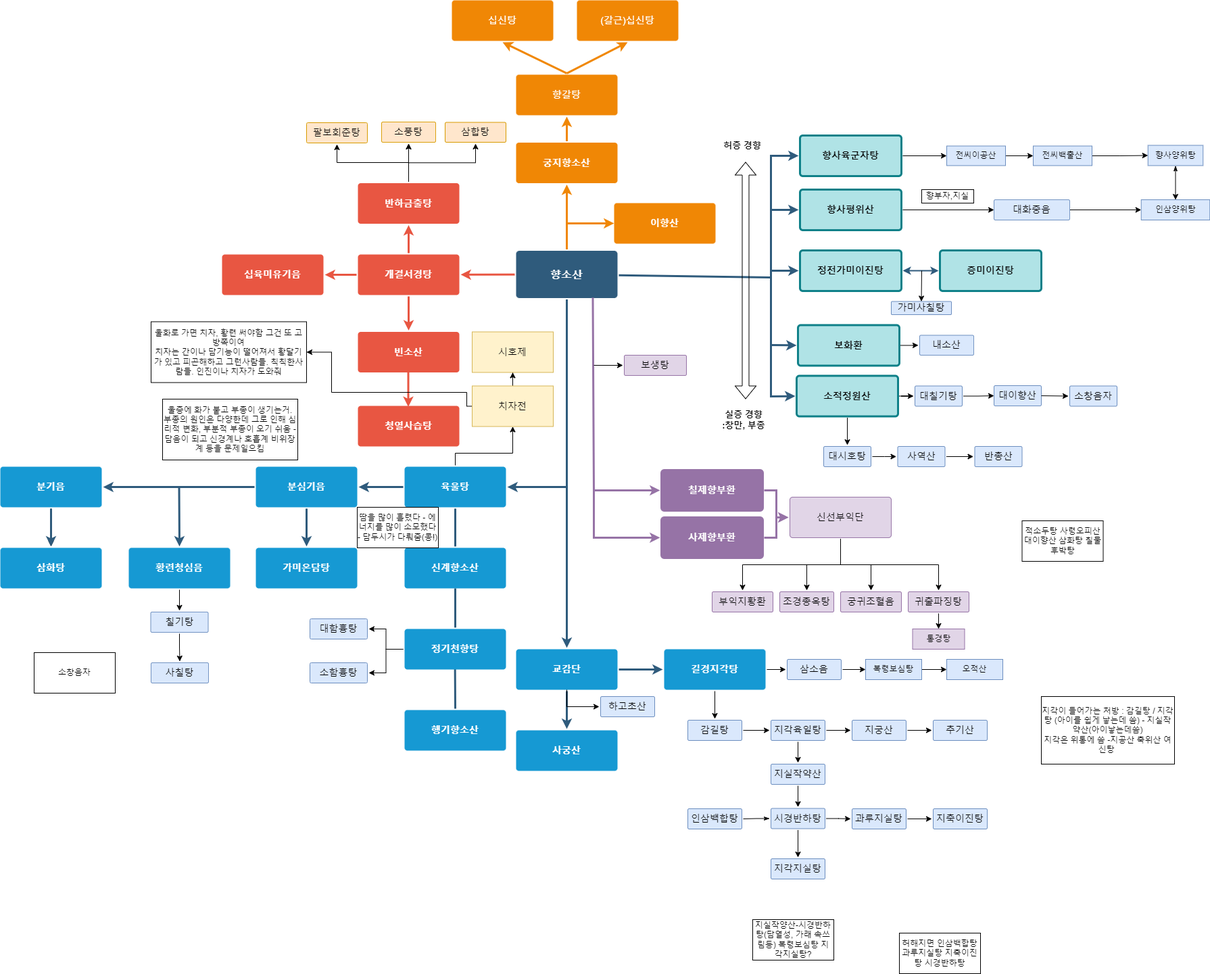
The draw.io diagram 향소산플로우차트.drawio.png in Jinzin71/sparta, before a commit. Source tidied: cells renumbered, new cells last; positions are measured from the earlier drawing's top-left corner, leaving out a move shared by most shapes.
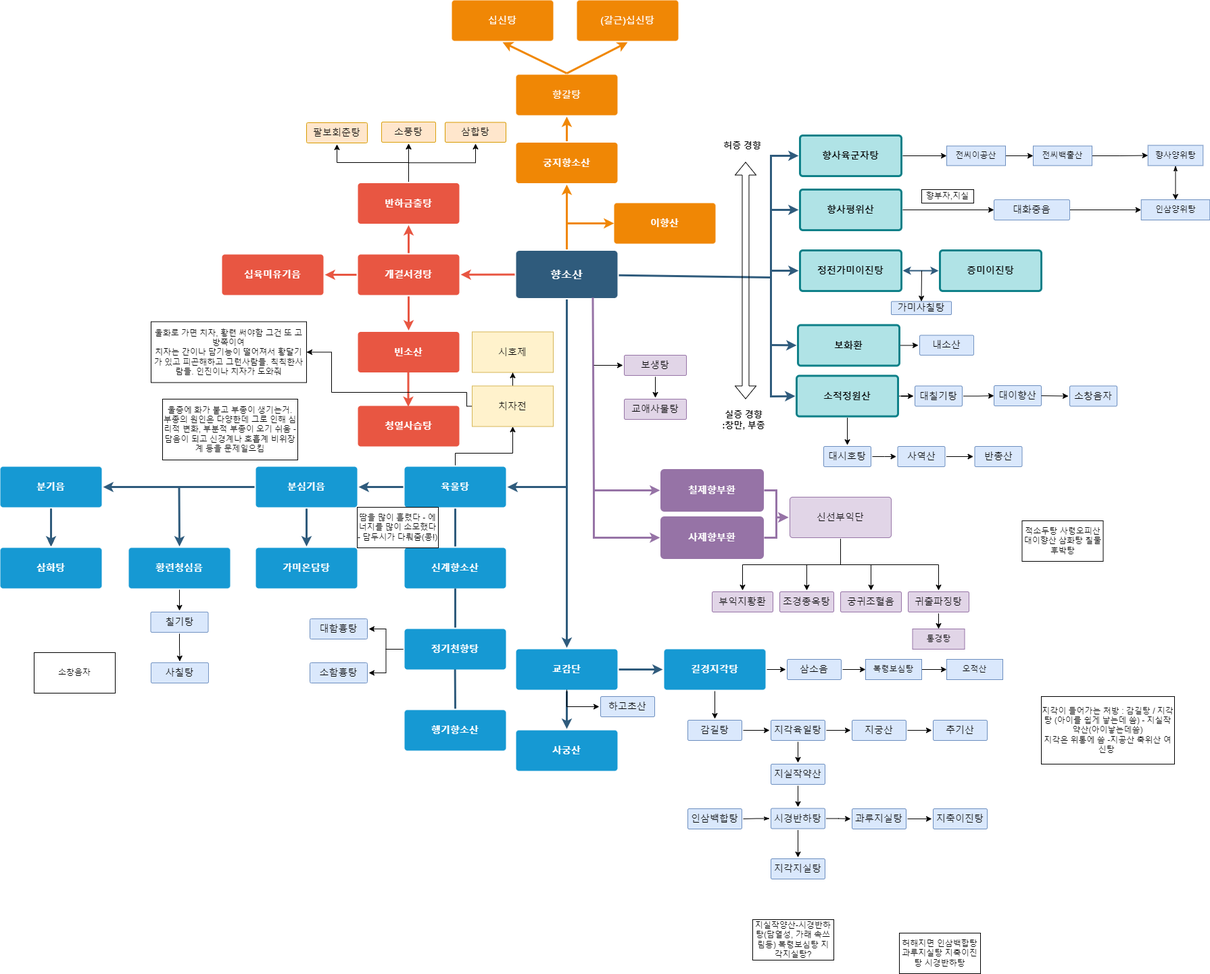
The same diagram one commit later.

Commit message:
향소산플로우차트.drawio.png 업데이트

What changed in the source:
```diff
@@ -306,6 +306,9 @@
         </Array>
       </mxGeometry>
     </mxCell>
+    <mxCell id="167" style="edgeStyle=orthogonalEdgeStyle;rounded=0;jettySize=auto;html=1;" parent="1" edge="1" source="77" target="168">
+      <mxGeometry relative="1" as="geometry" />
+    </mxCell>
     <mxCell id="77" value="&lt;font style=&quot;font-weight: normal;&quot;&gt;보생탕&lt;/font&gt;" style="rounded=1;whiteSpace=wrap;html=1;shadow=0;labelBackgroundColor=none;strokeColor=#9673A6;strokeWidth=1;fillColor=#e1d5e7;fontFamily=Helvetica;fontSize=14;align=center;spacing=5;fontStyle=1;arcSize=7;perimeterSpacing=2;" parent="1" vertex="1">
       <mxGeometry x="923" y="525" width="92" height="30" as="geometry" />
     </mxCell>
@@ -605,5 +608,8 @@
     <mxCell id="166" value="실증 경향&lt;br&gt;:창만, 부종" style="text;html=1;strokeColor=none;fillColor=none;align=center;verticalAlign=middle;whiteSpace=wrap;rounded=0;fontStyle=1;fontSize=13;" parent="1" vertex="1">
       <mxGeometry x="1060" y="600" width="80" height="41" as="geometry" />
     </mxCell>
+    <mxCell id="168" value="&lt;font style=&quot;font-weight: normal;&quot;&gt;교애사물탕&lt;/font&gt;" style="rounded=1;whiteSpace=wrap;html=1;shadow=0;labelBackgroundColor=none;strokeColor=#9673A6;strokeWidth=1;fillColor=#e1d5e7;fontFamily=Helvetica;fontSize=14;align=center;spacing=5;fontStyle=1;arcSize=7;perimeterSpacing=2;" parent="1" vertex="1">
+      <mxGeometry x="923" y="590" width="92" height="30" as="geometry" />
+    </mxCell>
   </root>
 </mxGraphModel>
```
